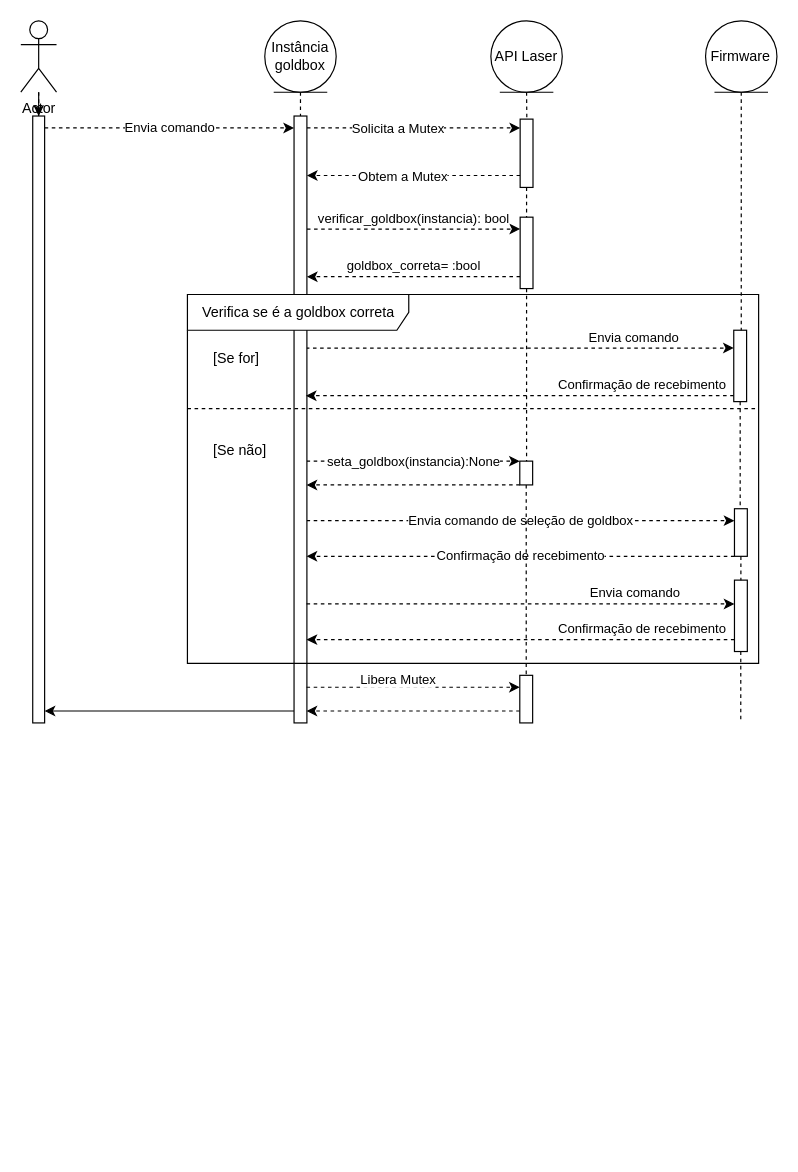
Earlier version of the draw.io diagram comando.drawio (JoseitoOliveira/relatorio-estagio). Source tidied: cells renumbered, new cells numbered last; positions are measured from the earlier drawing's top-left corner, leaving out a move shared by most shapes. Both pictures are drawn from the tidied source at 119%, with x=0, y=0 at pixel (20, 20).
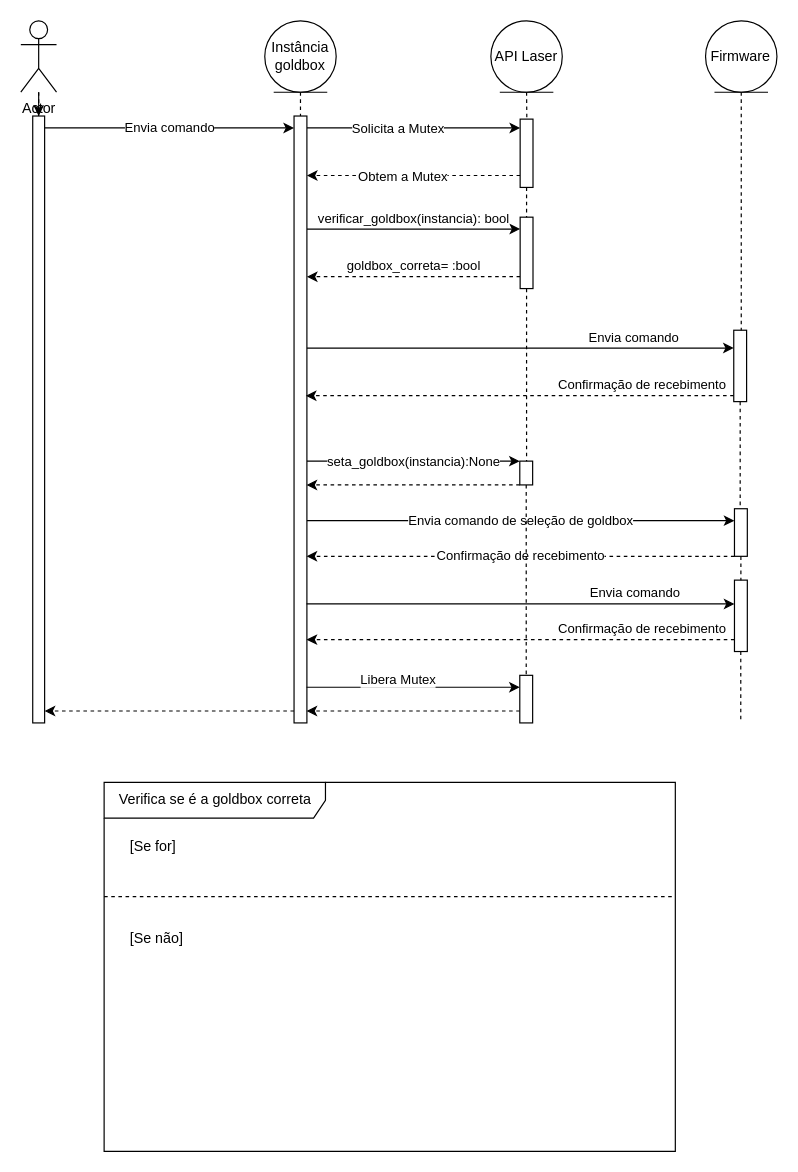
The same page after the edit.

Unchanged cells that the change refers to:
```xml
<mxCell id="3" style="html=1;points=[];perimeter=orthogonalPerimeter;" parent="1" vertex="1">
  <mxGeometry x="10" y="80" width="10" height="510" as="geometry" />
</mxCell>
<mxCell id="23" style="html=1;points=[];perimeter=orthogonalPerimeter;" parent="1" vertex="1">
  <mxGeometry x="229.6" y="80" width="10.8" height="510" as="geometry" />
</mxCell>
<mxCell id="26" style="html=1;points=[];perimeter=orthogonalPerimeter;" parent="1" vertex="1">
  <mxGeometry x="419.6" y="82.6" width="10.8" height="57.4" as="geometry" />
</mxCell>
<mxCell id="29" style="html=1;points=[];perimeter=orthogonalPerimeter;" parent="1" vertex="1">
  <mxGeometry x="419.6" y="165" width="10.8" height="60" as="geometry" />
</mxCell>
<mxCell id="36" style="html=1;points=[];perimeter=orthogonalPerimeter;" parent="1" vertex="1">
  <mxGeometry x="599.1" y="260" width="10.8" height="60" as="geometry" />
</mxCell>
<mxCell id="39" style="html=1;points=[];perimeter=orthogonalPerimeter;" parent="1" vertex="1">
  <mxGeometry x="419.3" y="370" width="10.8" height="20" as="geometry" />
</mxCell>
<mxCell id="42" style="html=1;points=[];perimeter=orthogonalPerimeter;" parent="1" vertex="1">
  <mxGeometry x="599.7" y="410" width="10.8" height="40" as="geometry" />
</mxCell>
<mxCell id="48" style="html=1;points=[];perimeter=orthogonalPerimeter;" parent="1" vertex="1">
  <mxGeometry x="599.7" y="470" width="10.8" height="60" as="geometry" />
</mxCell>
```

What changed in the source:
```diff
@@
-    <mxCell id="2" value="Envia comando" style="edgeStyle=none;html=1;dashed=1;endArrow=classic;endFill=1;" parent="1" edge="1" source="3" target="23">
+    <mxCell id="2" value="Envia comando" style="edgeStyle=none;html=1;endArrow=classic;endFill=1;" parent="1" edge="1" source="3" target="23">
       <mxGeometry relative="1" as="geometry">
         <Array as="points">
           <mxPoint x="140" y="90" />
         </Array>
       </mxGeometry>
     </mxCell>
@@
-    <mxCell id="13" style="edgeStyle=none;html=1;dashed=1;endArrow=classic;endFill=1;" parent="1" edge="1" source="23" target="26">
+    <mxCell id="13" style="edgeStyle=none;html=1;endArrow=classic;endFill=1;" parent="1" edge="1" source="23" target="26">
       <mxGeometry relative="1" as="geometry">
         <Array as="points">
           <mxPoint x="350" y="90" />
         </Array>
       </mxGeometry>
     </mxCell>
@@
-    <mxCell id="15" style="edgeStyle=none;html=1;dashed=1;startArrow=none;startFill=0;endArrow=classic;endFill=1;" parent="1" edge="1" target="29">
+    <mxCell id="15" style="edgeStyle=none;html=1;startArrow=none;startFill=0;endArrow=classic;endFill=1;" parent="1" edge="1" target="29">
       <mxGeometry relative="1" as="geometry">
         <mxPoint x="240.4" y="175" as="sourcePoint" />
         <Array as="points">
           <mxPoint x="340" y="175" />
         </Array>
       </mxGeometry>
     </mxCell>
@@
-    <mxCell id="17" style="edgeStyle=none;html=1;dashed=1;startArrow=none;startFill=0;endArrow=classic;endFill=1;" parent="1" edge="1" target="36">
+    <mxCell id="17" style="edgeStyle=none;html=1;startArrow=none;startFill=0;endArrow=classic;endFill=1;" parent="1" edge="1" target="36">
       <mxGeometry relative="1" as="geometry">
         <mxPoint x="239.5" y="275" as="sourcePoint" />
         <Array as="points">
           <mxPoint x="409.1" y="275" />
         </Array>
       </mxGeometry>
     </mxCell>
@@
-    <mxCell id="19" style="edgeStyle=none;html=1;dashed=1;startArrow=none;startFill=0;endArrow=classic;endFill=1;" parent="1" edge="1" target="39">
+    <mxCell id="19" style="edgeStyle=none;html=1;startArrow=none;startFill=0;endArrow=classic;endFill=1;" parent="1" edge="1" target="39">
       <mxGeometry relative="1" as="geometry">
         <mxPoint x="240.1" y="370" as="sourcePoint" />
       </mxGeometry>
     </mxCell>
@@
-    <mxCell id="21" value="Envia comando de seleção de goldbox" style="edgeStyle=none;html=1;dashed=1;startArrow=none;startFill=0;endArrow=classic;endFill=1;" parent="1" edge="1" target="42">
+    <mxCell id="21" value="Envia comando de seleção de goldbox" style="edgeStyle=none;html=1;startArrow=none;startFill=0;endArrow=classic;endFill=1;" parent="1" edge="1" target="42">
       <mxGeometry relative="1" as="geometry">
         <mxPoint x="240.1" y="420" as="sourcePoint" />
         <Array as="points">
           <mxPoint x="499.7" y="420" />
         </Array>
       </mxGeometry>
     </mxCell>
-    <mxCell id="22" style="edgeStyle=none;html=1;" parent="1" edge="1" source="23" target="3">
+    <mxCell id="22" style="edgeStyle=none;html=1;dashed=1;" parent="1" edge="1" source="23" target="3">
       <mxGeometry relative="1" as="geometry">
         <Array as="points">
           <mxPoint x="90" y="580" />
         </Array>
       </mxGeometry>
     </mxCell>
@@
-    <mxCell id="30" style="edgeStyle=none;html=1;endArrow=none;endFill=0;dashed=1;exitX=0.5;exitY=1;exitDx=0;exitDy=0;startArrow=none;" parent="1" edge="1" source="26" target="29">
-      <mxGeometry relative="1" as="geometry" />
-    </mxCell>
     <mxCell id="31" value="Verifica se é a goldbox correta" style="shape=umlFrame;tabWidth=110;tabHeight=30;tabPosition=left;html=1;boundedLbl=1;labelInHeader=1;width=186;height=30;" parent="1" vertex="1">
-      <mxGeometry x="140" y="230" width="480" height="310" as="geometry" />
+      <mxGeometry x="70" y="640" width="480" height="310" as="geometry" />
     </mxCell>
@@
+    <mxCell id="30" style="edgeStyle=none;html=1;endArrow=none;endFill=0;dashed=1;exitX=0.5;exitY=1;exitDx=0;exitDy=0;startArrow=none;" parent="1" edge="1" source="26" target="29">
+      <mxGeometry relative="1" as="geometry" />
+    </mxCell>
@@
-    <mxCell id="44" style="edgeStyle=none;html=1;dashed=1;startArrow=none;startFill=0;endArrow=classic;endFill=1;" parent="1" edge="1" target="48">
+    <mxCell id="44" style="edgeStyle=none;html=1;startArrow=none;startFill=0;endArrow=classic;endFill=1;" parent="1" edge="1" target="48">
       <mxGeometry relative="1" as="geometry">
         <mxPoint x="240.1" y="490" as="sourcePoint" />
         <Array as="points">
           <mxPoint x="409.7" y="490" />
         </Array>
       </mxGeometry>
     </mxCell>
@@
-    <mxCell id="50" style="edgeStyle=none;html=1;dashed=1;endArrow=classic;endFill=1;" parent="1" edge="1">
+    <mxCell id="50" style="edgeStyle=none;html=1;endArrow=classic;endFill=1;" parent="1" edge="1">
       <mxGeometry relative="1" as="geometry">
         <mxPoint x="240.1" y="560" as="sourcePoint" />
         <mxPoint x="419.3" y="560" as="targetPoint" />
         <Array as="points">
           <mxPoint x="349.7" y="560" />
         </Array>
       </mxGeometry>
     </mxCell>
```
